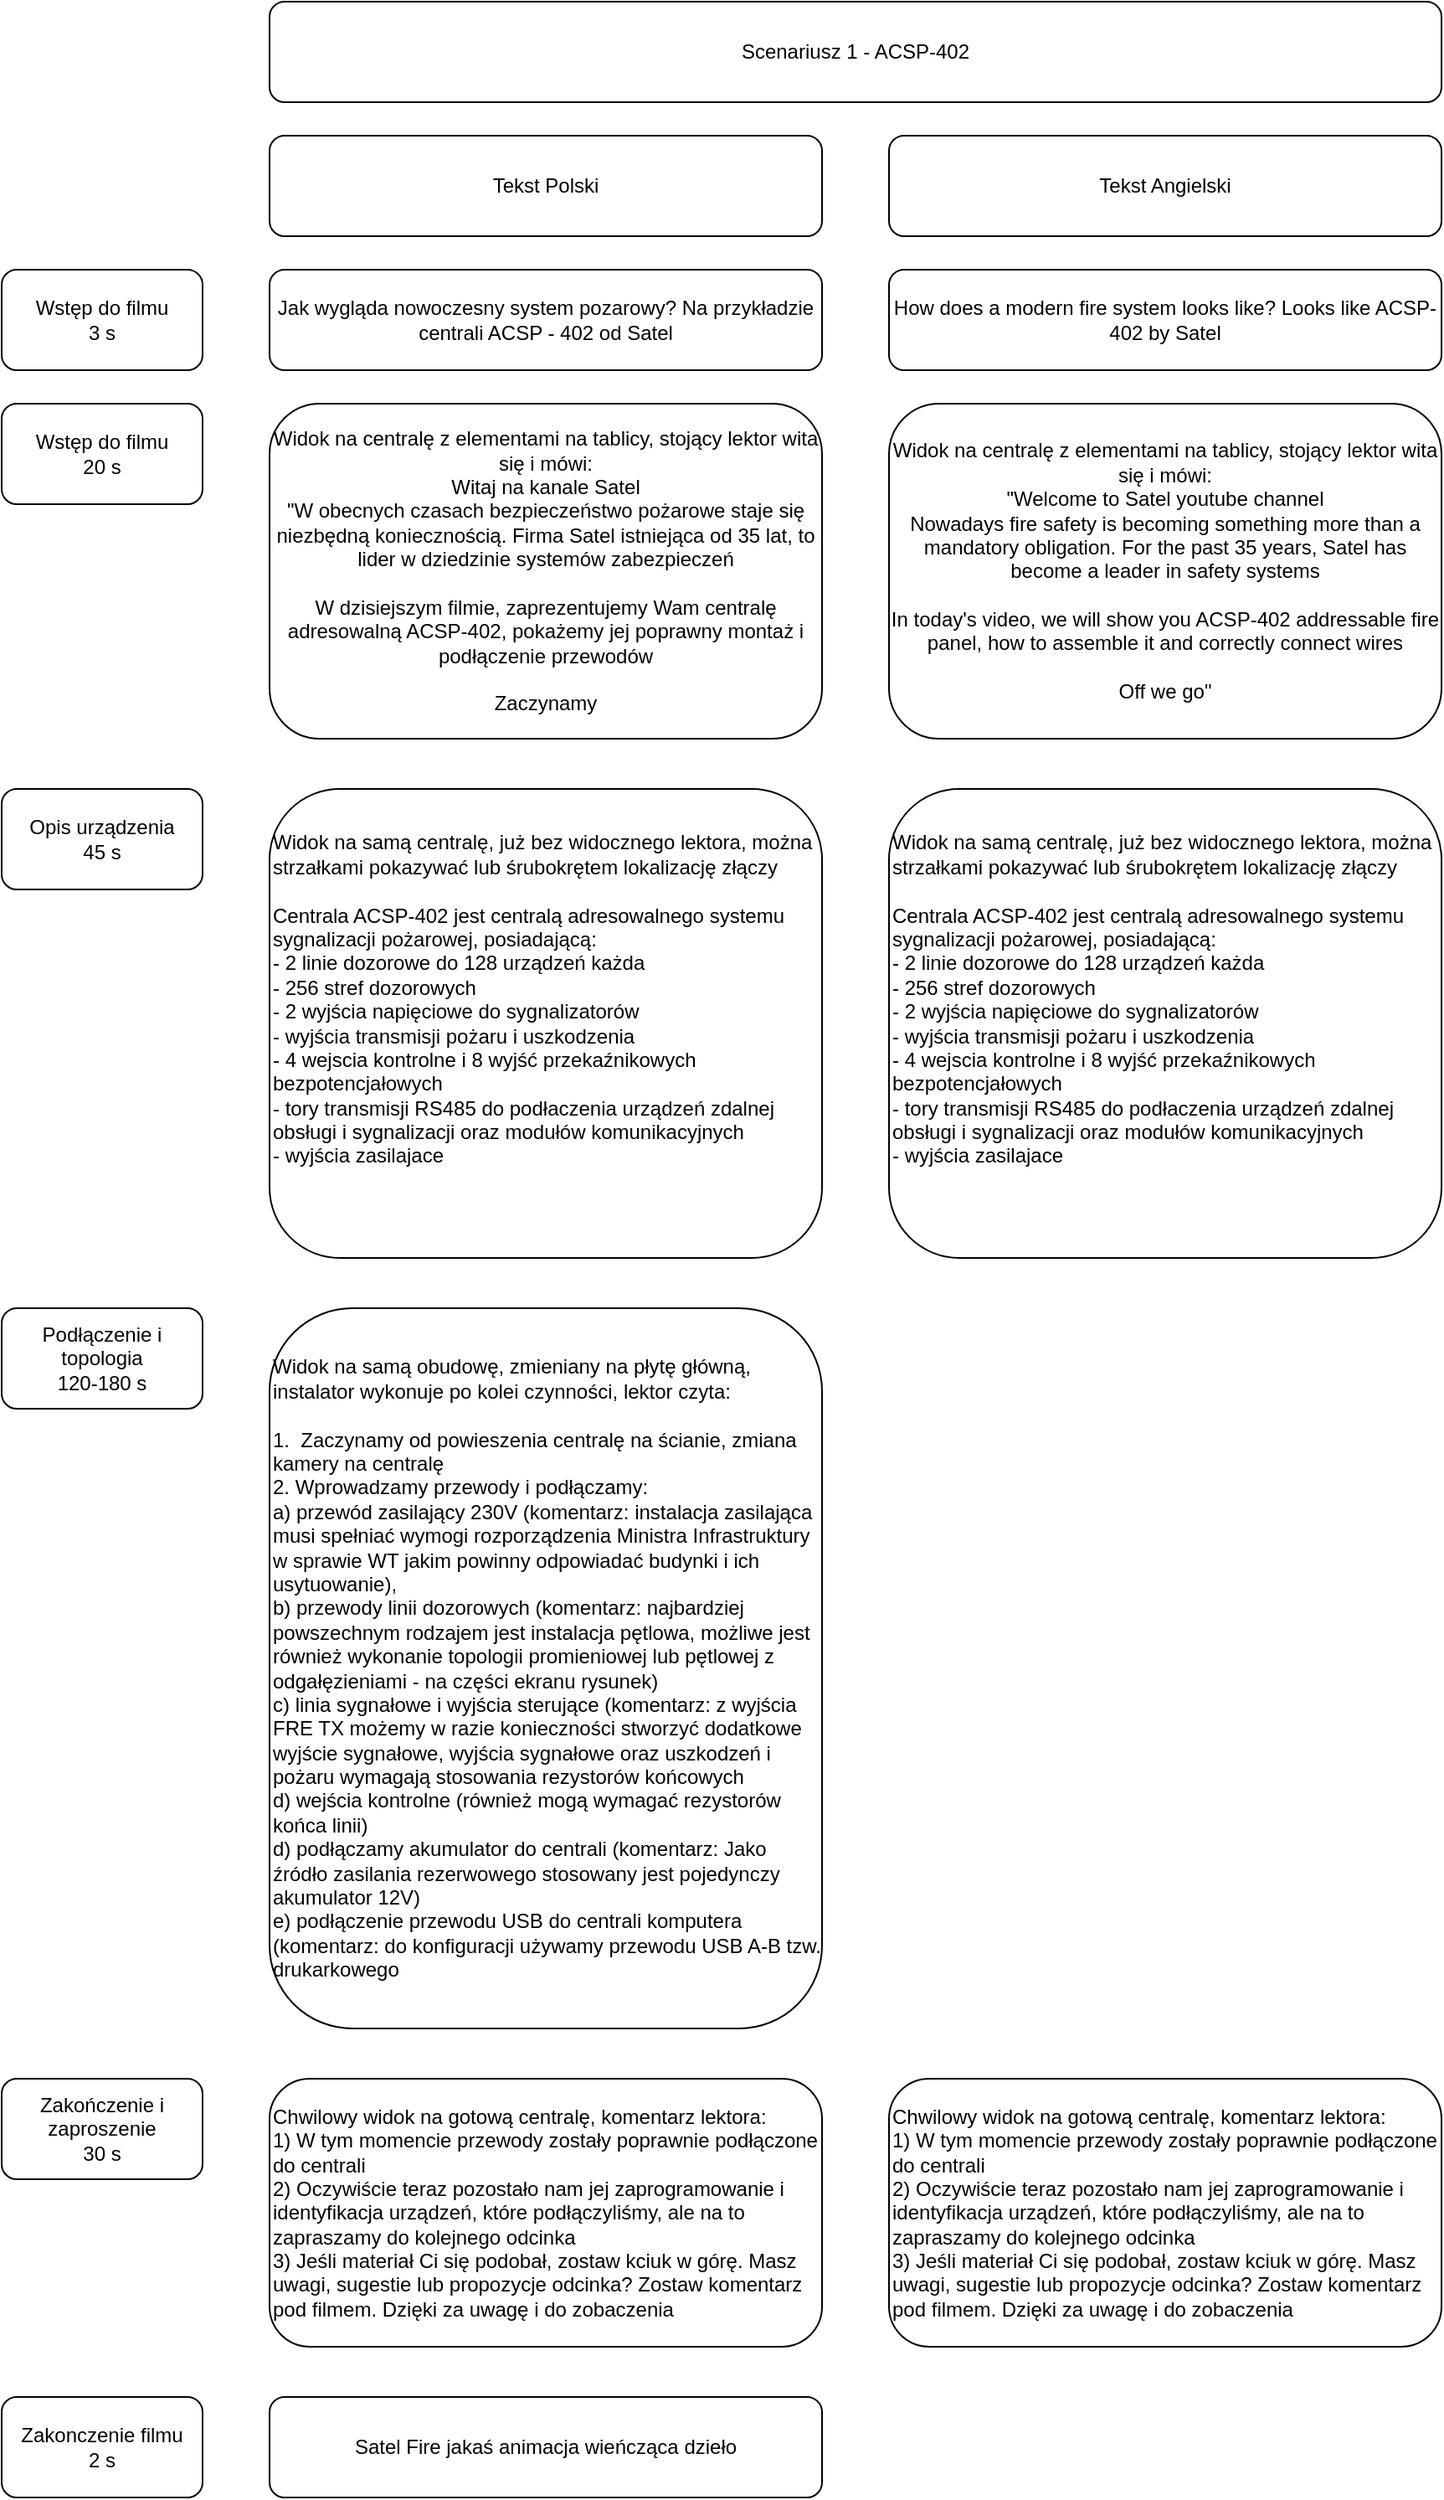
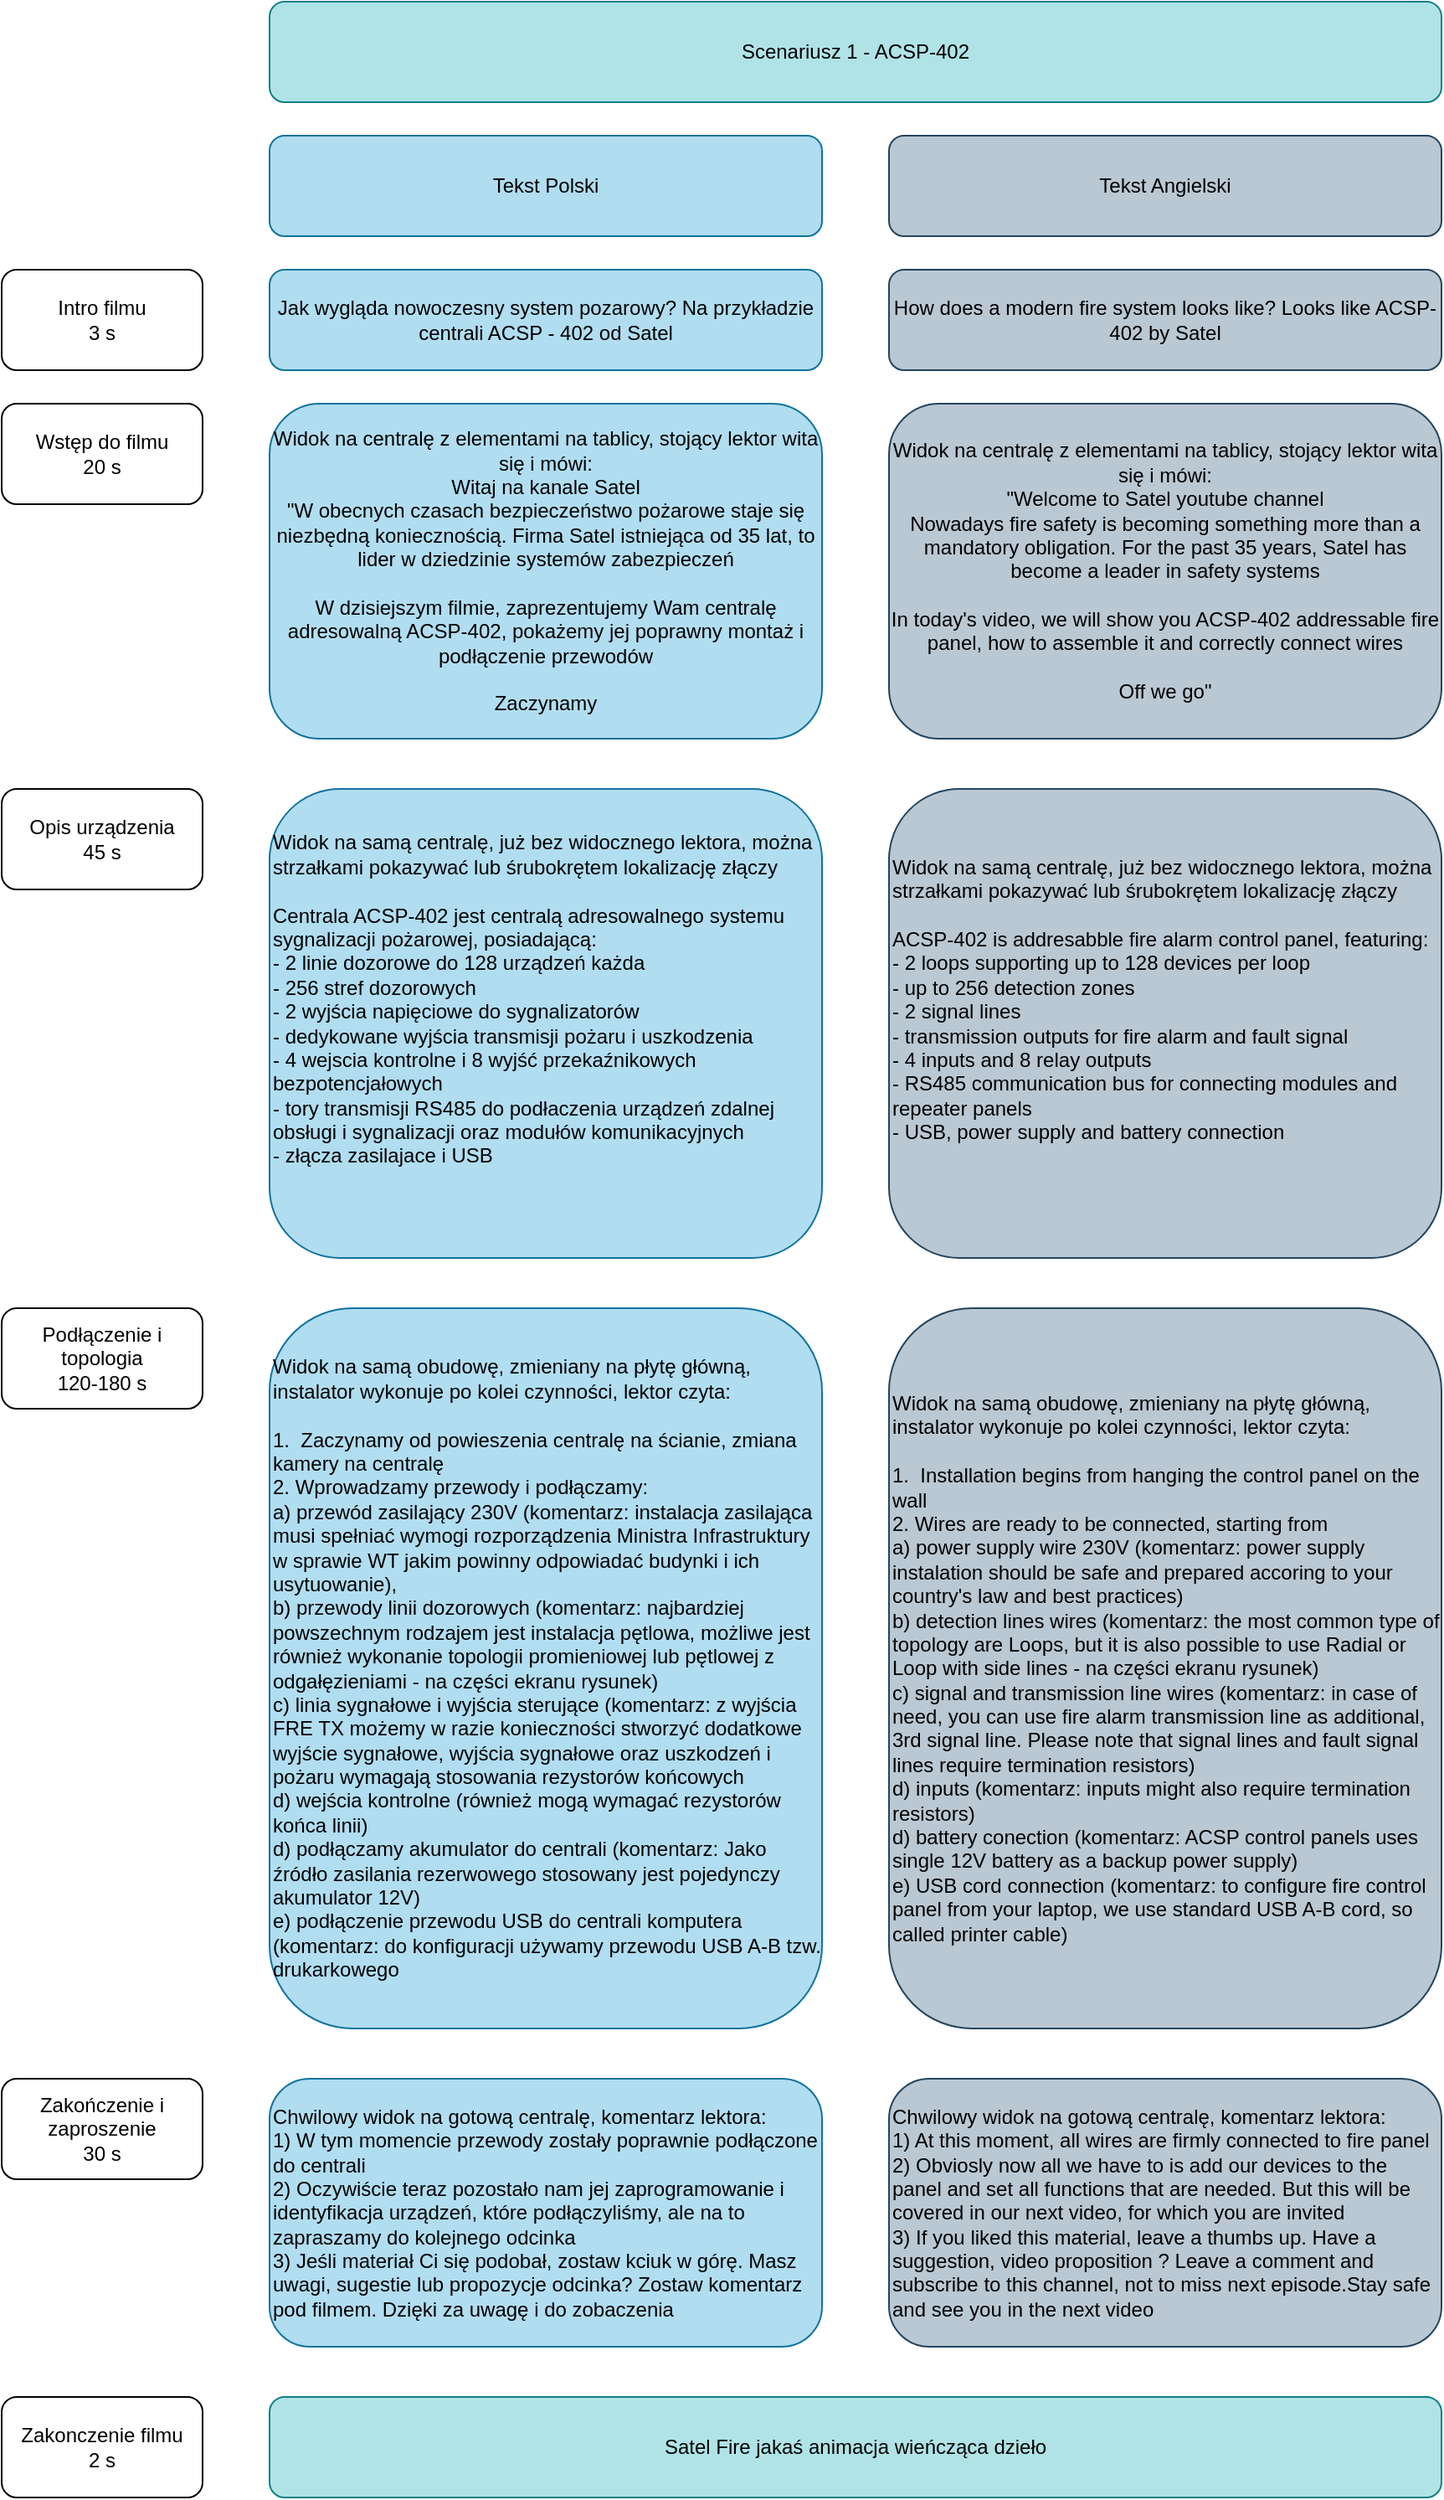
<mxfile host="app.diagrams.net">
  <diagram name="Strona-1" id="z8KAe0LmT8Zc7_pRFNcT">
-     <mxGraphModel dx="2728" dy="2671" grid="1" gridSize="10" guides="1" tooltips="1" connect="1" arrows="1" fold="1" page="1" pageScale="1" pageWidth="827" pageHeight="1169" math="0" shadow="0">
+     <mxGraphModel dx="1193" dy="2240" grid="1" gridSize="10" guides="1" tooltips="1" connect="1" arrows="1" fold="1" page="1" pageScale="1" pageWidth="827" pageHeight="1169" math="0" shadow="0">
      <root>
        <mxCell id="0" />
        <mxCell id="1" parent="0" />
-         <mxCell id="med_EEmqjfcC25fmS4AV-7" parent="1" style="rounded=1;whiteSpace=wrap;html=1;align=left;" value="&lt;div align=&quot;left&quot;&gt;Widok na samą obudowę, zmieniany na płytę główną, instalator wykonuje po kolei czynności, lektor czyta:&lt;/div&gt;&lt;div align=&quot;left&quot;&gt;&lt;br&gt;&lt;/div&gt;&lt;div align=&quot;left&quot;&gt;1.&amp;nbsp; Zaczynamy od powieszenia centralę na ścianie, zmiana kamery na centralę&lt;/div&gt;&lt;div align=&quot;left&quot;&gt;2. Wprowadzamy przewody i podłączamy:&amp;nbsp;&lt;/div&gt;&lt;div align=&quot;left&quot;&gt;a) przewód zasilający 230V (komentarz: instalacja zasilająca musi spełniać wymogi rozporządzenia Ministra Infrastruktury w sprawie WT jakim powinny odpowiadać budynki i ich usytuowanie),&amp;nbsp;&lt;/div&gt;&lt;div align=&quot;left&quot;&gt;b) przewody linii dozorowych (komentarz: najbardziej powszechnym rodzajem jest instalacja pętlowa, możliwe jest również wykonanie topologii promieniowej lub pętlowej z odgałęzieniami - na części ekranu rysunek)&lt;/div&gt;&lt;div align=&quot;left&quot;&gt;c) linia sygnałowe i wyjścia sterujące (komentarz: z wyjścia FRE TX możemy w razie konieczności stworzyć dodatkowe wyjście sygnałowe, wyjścia sygnałowe oraz uszkodzeń i pożaru wymagają stosowania rezystorów końcowych&lt;/div&gt;&lt;div align=&quot;left&quot;&gt;d) wejścia kontrolne (również mogą wymagać rezystorów końca linii)&lt;/div&gt;&lt;div align=&quot;left&quot;&gt;d) podłączamy akumulator do centrali (komentarz:&amp;nbsp;Jako źródło zasilania rezerwowego stosowany jest pojedynczy akumulator 12V)&lt;/div&gt;&lt;div align=&quot;left&quot;&gt;e) podłączenie przewodu USB do centrali komputera (komentarz: do konfiguracji używamy przewodu USB A-B tzw. drukarkowego&lt;/div&gt;" vertex="1">
-           <mxGeometry height="430" width="330" x="200" y="660" as="geometry" />
+         <mxCell id="0EHHFv7u1sgkDXgEne3z-1" parent="1" style="rounded=1;whiteSpace=wrap;html=1;align=left;fillColor=#b1ddf0;strokeColor=#10739e;" value="&lt;div align=&quot;left&quot;&gt;Widok na samą obudowę, zmieniany na płytę główną, instalator wykonuje po kolei czynności, lektor czyta:&lt;/div&gt;&lt;div align=&quot;left&quot;&gt;&lt;br&gt;&lt;/div&gt;&lt;div align=&quot;left&quot;&gt;1.&amp;nbsp; Zaczynamy od powieszenia centralę na ścianie, zmiana kamery na centralę&lt;/div&gt;&lt;div align=&quot;left&quot;&gt;2. Wprowadzamy przewody i podłączamy:&amp;nbsp;&lt;/div&gt;&lt;div align=&quot;left&quot;&gt;a) przewód zasilający 230V (komentarz: instalacja zasilająca musi spełniać wymogi rozporządzenia Ministra Infrastruktury w sprawie WT jakim powinny odpowiadać budynki i ich usytuowanie),&amp;nbsp;&lt;/div&gt;&lt;div align=&quot;left&quot;&gt;b) przewody linii dozorowych (komentarz: najbardziej powszechnym rodzajem jest instalacja pętlowa, możliwe jest również wykonanie topologii promieniowej lub pętlowej z odgałęzieniami - na części ekranu rysunek)&lt;/div&gt;&lt;div align=&quot;left&quot;&gt;c) linia sygnałowe i wyjścia sterujące (komentarz: z wyjścia FRE TX możemy w razie konieczności stworzyć dodatkowe wyjście sygnałowe, wyjścia sygnałowe oraz uszkodzeń i pożaru wymagają stosowania rezystorów końcowych&lt;/div&gt;&lt;div align=&quot;left&quot;&gt;d) wejścia kontrolne (również mogą wymagać rezystorów końca linii)&lt;/div&gt;&lt;div align=&quot;left&quot;&gt;d) podłączamy akumulator do centrali (komentarz:&amp;nbsp;Jako źródło zasilania rezerwowego stosowany jest pojedynczy akumulator 12V)&lt;/div&gt;&lt;div align=&quot;left&quot;&gt;e) podłączenie przewodu USB do centrali komputera (komentarz: do konfiguracji używamy przewodu USB A-B tzw. drukarkowego&lt;/div&gt;" vertex="1">
+           <mxGeometry height="430" width="330" x="1080" y="660" as="geometry" />
        </mxCell>
-         <mxCell id="med_EEmqjfcC25fmS4AV-1" parent="1" style="rounded=1;whiteSpace=wrap;html=1;" value="&lt;div&gt;Jak wygląda nowoczesny system pozarowy? Na przykładzie centrali ACSP - 402 od Satel&lt;/div&gt;" vertex="1">
-           <mxGeometry height="60" width="330" x="200" y="40" as="geometry" />
+         <mxCell id="0EHHFv7u1sgkDXgEne3z-2" parent="1" style="rounded=1;whiteSpace=wrap;html=1;fillColor=#b1ddf0;strokeColor=#10739e;" value="&lt;div&gt;Jak wygląda nowoczesny system pozarowy? Na przykładzie centrali ACSP - 402 od Satel&lt;/div&gt;" vertex="1">
+           <mxGeometry height="60" width="330" x="1080" y="40" as="geometry" />
        </mxCell>
-         <mxCell id="med_EEmqjfcC25fmS4AV-2" parent="1" style="rounded=1;whiteSpace=wrap;html=1;" value="&lt;div&gt;Wstęp do filmu&lt;/div&gt;&lt;div&gt;20 s&lt;/div&gt;" vertex="1">
-           <mxGeometry height="60" width="120" x="40" y="120" as="geometry" />
+         <mxCell id="0EHHFv7u1sgkDXgEne3z-3" parent="1" style="rounded=1;whiteSpace=wrap;html=1;" value="&lt;div&gt;Wstęp do filmu&lt;/div&gt;&lt;div&gt;20 s&lt;/div&gt;" vertex="1">
+           <mxGeometry height="60" width="120" x="920" y="120" as="geometry" />
        </mxCell>
-         <mxCell id="med_EEmqjfcC25fmS4AV-3" parent="1" style="rounded=1;whiteSpace=wrap;html=1;" value="&lt;div&gt;Widok na centralę z elementami na tablicy, stojący lektor wita się i mówi:&lt;/div&gt;&lt;div&gt;Witaj na kanale Satel&lt;/div&gt;&lt;div&gt;&quot;W obecnych czasach bezpieczeństwo pożarowe staje się niezbędną koniecznością. Firma Satel istniejąca od 35 lat, to lider w dziedzinie systemów zabezpieczeń&lt;/div&gt;&lt;div&gt;&lt;br&gt;&lt;/div&gt;&lt;div&gt;W dzisiejszym filmie, zaprezentujemy Wam centralę adresowalną ACSP-402, pokażemy jej poprawny montaż i podłączenie przewodów&lt;/div&gt;&lt;div&gt;&lt;br&gt;&lt;/div&gt;&lt;div&gt;Zaczynamy&lt;/div&gt;" vertex="1">
-           <mxGeometry height="200" width="330" x="200" y="120" as="geometry" />
+         <mxCell id="0EHHFv7u1sgkDXgEne3z-4" parent="1" style="rounded=1;whiteSpace=wrap;html=1;fillColor=#b1ddf0;strokeColor=#10739e;" value="&lt;div&gt;Widok na centralę z elementami na tablicy, stojący lektor wita się i mówi:&lt;/div&gt;&lt;div&gt;Witaj na kanale Satel&lt;/div&gt;&lt;div&gt;&quot;W obecnych czasach bezpieczeństwo pożarowe staje się niezbędną koniecznością. Firma Satel istniejąca od 35 lat, to lider w dziedzinie systemów zabezpieczeń&lt;/div&gt;&lt;div&gt;&lt;br&gt;&lt;/div&gt;&lt;div&gt;W dzisiejszym filmie, zaprezentujemy Wam centralę adresowalną ACSP-402, pokażemy jej poprawny montaż i podłączenie przewodów&lt;/div&gt;&lt;div&gt;&lt;br&gt;&lt;/div&gt;&lt;div&gt;Zaczynamy&lt;/div&gt;" vertex="1">
+           <mxGeometry height="200" width="330" x="1080" y="120" as="geometry" />
        </mxCell>
-         <mxCell id="med_EEmqjfcC25fmS4AV-4" parent="1" style="rounded=1;whiteSpace=wrap;html=1;" value="&lt;div&gt;Opis urządzenia&lt;/div&gt;&lt;div&gt;45 s&lt;/div&gt;" vertex="1">
-           <mxGeometry height="60" width="120" x="40" y="350" as="geometry" />
+         <mxCell id="0EHHFv7u1sgkDXgEne3z-5" parent="1" style="rounded=1;whiteSpace=wrap;html=1;" value="&lt;div&gt;Opis urządzenia&lt;/div&gt;&lt;div&gt;45 s&lt;/div&gt;" vertex="1">
+           <mxGeometry height="60" width="120" x="920" y="350" as="geometry" />
        </mxCell>
-         <mxCell id="med_EEmqjfcC25fmS4AV-5" parent="1" style="rounded=1;whiteSpace=wrap;html=1;align=left;" value="&lt;div align=&quot;left&quot;&gt;Widok na samą centralę, już bez widocznego lektora, można strzałkami pokazywać lub śrubokrętem lokalizację złączy&lt;/div&gt;&lt;div align=&quot;left&quot;&gt;&lt;br&gt;&lt;/div&gt;&lt;div align=&quot;left&quot;&gt;Centrala ACSP-402 jest centralą adresowalnego systemu sygnalizacji pożarowej, posiadającą:&lt;/div&gt;&lt;div align=&quot;left&quot;&gt;- 2 linie dozorowe do 128 urządzeń każda&lt;/div&gt;&lt;div align=&quot;left&quot;&gt;- 256 stref dozorowych&lt;/div&gt;&lt;div align=&quot;left&quot;&gt;- 2 wyjścia napięciowe do sygnalizatorów&lt;/div&gt;&lt;div align=&quot;left&quot;&gt;- wyjścia transmisji pożaru i uszkodzenia&lt;/div&gt;&lt;div align=&quot;left&quot;&gt;- 4 wejscia kontrolne i 8 wyjść przekaźnikowych bezpotencjałowych&lt;/div&gt;&lt;div align=&quot;left&quot;&gt;- tory transmisji RS485 do podłaczenia urządzeń zdalnej obsługi i sygnalizacji oraz modułów komunikacyjnych&amp;nbsp;&lt;/div&gt;&lt;div align=&quot;left&quot;&gt;- wyjścia zasilajace&lt;/div&gt;&lt;div align=&quot;left&quot;&gt;&lt;br&gt;&lt;/div&gt;&lt;div align=&quot;left&quot;&gt;&lt;br&gt;&lt;/div&gt;" vertex="1">
-           <mxGeometry height="280" width="330" x="200" y="350" as="geometry" />
+         <mxCell id="0EHHFv7u1sgkDXgEne3z-6" parent="1" style="rounded=1;whiteSpace=wrap;html=1;align=left;fillColor=#b1ddf0;strokeColor=#10739e;" value="&lt;div align=&quot;left&quot;&gt;Widok na samą centralę, już bez widocznego lektora, można strzałkami pokazywać lub śrubokrętem lokalizację złączy&lt;/div&gt;&lt;div align=&quot;left&quot;&gt;&lt;br&gt;&lt;/div&gt;&lt;div align=&quot;left&quot;&gt;Centrala ACSP-402 jest centralą adresowalnego systemu sygnalizacji pożarowej, posiadającą:&lt;/div&gt;&lt;div align=&quot;left&quot;&gt;- 2 linie dozorowe do 128 urządzeń każda&lt;/div&gt;&lt;div align=&quot;left&quot;&gt;- 256 stref dozorowych&lt;/div&gt;&lt;div align=&quot;left&quot;&gt;- 2 wyjścia napięciowe do sygnalizatorów&lt;/div&gt;&lt;div align=&quot;left&quot;&gt;- dedykowane wyjścia transmisji pożaru i uszkodzenia&lt;/div&gt;&lt;div align=&quot;left&quot;&gt;- 4 wejscia kontrolne i 8 wyjść przekaźnikowych bezpotencjałowych&lt;/div&gt;&lt;div align=&quot;left&quot;&gt;- tory transmisji RS485 do podłaczenia urządzeń zdalnej obsługi i sygnalizacji oraz modułów komunikacyjnych&amp;nbsp;&lt;/div&gt;&lt;div align=&quot;left&quot;&gt;- złącza zasilajace i USB&lt;/div&gt;&lt;div align=&quot;left&quot;&gt;&lt;br&gt;&lt;/div&gt;&lt;div align=&quot;left&quot;&gt;&lt;br&gt;&lt;/div&gt;" vertex="1">
+           <mxGeometry height="280" width="330" x="1080" y="350" as="geometry" />
        </mxCell>
-         <mxCell id="med_EEmqjfcC25fmS4AV-6" parent="1" style="rounded=1;whiteSpace=wrap;html=1;" value="&lt;div&gt;Podłączenie i topologia&lt;/div&gt;&lt;div&gt;120-180 s&lt;/div&gt;" vertex="1">
-           <mxGeometry height="60" width="120" x="40" y="660" as="geometry" />
+         <mxCell id="0EHHFv7u1sgkDXgEne3z-7" parent="1" style="rounded=1;whiteSpace=wrap;html=1;" value="&lt;div&gt;Podłączenie i topologia&lt;/div&gt;&lt;div&gt;120-180 s&lt;/div&gt;" vertex="1">
+           <mxGeometry height="60" width="120" x="920" y="660" as="geometry" />
        </mxCell>
-         <mxCell id="med_EEmqjfcC25fmS4AV-8" parent="1" style="rounded=1;whiteSpace=wrap;html=1;" value="&lt;div&gt;Wstęp do filmu&lt;/div&gt;&lt;div&gt;3 s&lt;/div&gt;" vertex="1">
-           <mxGeometry height="60" width="120" x="40" y="40" as="geometry" />
+         <mxCell id="0EHHFv7u1sgkDXgEne3z-8" parent="1" style="rounded=1;whiteSpace=wrap;html=1;" value="&lt;div&gt;Intro filmu&lt;/div&gt;&lt;div&gt;3 s&lt;/div&gt;" vertex="1">
+           <mxGeometry height="60" width="120" x="920" y="40" as="geometry" />
        </mxCell>
-         <mxCell id="med_EEmqjfcC25fmS4AV-9" parent="1" style="rounded=1;whiteSpace=wrap;html=1;" value="Tekst Polski" vertex="1">
-           <mxGeometry height="60" width="330" x="200" y="-40" as="geometry" />
+         <mxCell id="0EHHFv7u1sgkDXgEne3z-9" parent="1" style="rounded=1;whiteSpace=wrap;html=1;fillColor=#b1ddf0;strokeColor=#10739e;" value="Tekst Polski" vertex="1">
+           <mxGeometry height="60" width="330" x="1080" y="-40" as="geometry" />
        </mxCell>
-         <mxCell id="med_EEmqjfcC25fmS4AV-10" parent="1" style="rounded=1;whiteSpace=wrap;html=1;" value="Tekst Angielski" vertex="1">
-           <mxGeometry height="60" width="330" x="570" y="-40" as="geometry" />
+         <mxCell id="0EHHFv7u1sgkDXgEne3z-10" parent="1" style="rounded=1;whiteSpace=wrap;html=1;fillColor=#bac8d3;strokeColor=#23445d;" value="Tekst Angielski" vertex="1">
+           <mxGeometry height="60" width="330" x="1450" y="-40" as="geometry" />
        </mxCell>
-         <mxCell id="med_EEmqjfcC25fmS4AV-11" parent="1" style="rounded=1;whiteSpace=wrap;html=1;" value="Scenariusz 1 - ACSP-402" vertex="1">
-           <mxGeometry height="60" width="700" x="200" y="-120" as="geometry" />
+         <mxCell id="0EHHFv7u1sgkDXgEne3z-11" parent="1" style="rounded=1;whiteSpace=wrap;html=1;fillColor=#b0e3e6;strokeColor=#0e8088;" value="Scenariusz 1 - ACSP-402" vertex="1">
+           <mxGeometry height="60" width="700" x="1080" y="-120" as="geometry" />
        </mxCell>
-         <mxCell id="1wooXpAccp_JtR1wfDr6-1" parent="1" style="rounded=1;whiteSpace=wrap;html=1;" value="&lt;div&gt;Zakończenie i zaproszenie&lt;/div&gt;&lt;div&gt;30 s&lt;/div&gt;" vertex="1">
-           <mxGeometry height="60" width="120" x="40" y="1120" as="geometry" />
+         <mxCell id="0EHHFv7u1sgkDXgEne3z-12" parent="1" style="rounded=1;whiteSpace=wrap;html=1;" value="&lt;div&gt;Zakończenie i zaproszenie&lt;/div&gt;&lt;div&gt;30 s&lt;/div&gt;" vertex="1">
+           <mxGeometry height="60" width="120" x="920" y="1120" as="geometry" />
        </mxCell>
-         <mxCell id="1wooXpAccp_JtR1wfDr6-2" parent="1" style="rounded=1;whiteSpace=wrap;html=1;align=left;" value="&lt;div&gt;Chwilowy widok na gotową centralę, komentarz lektora:&lt;/div&gt;&lt;div&gt;1) W tym momencie przewody zostały poprawnie podłączone do centrali&lt;/div&gt;&lt;div&gt;2) Oczywiście teraz pozostało nam jej zaprogramowanie i identyfikacja urządzeń, które podłączyliśmy, ale na to zapraszamy do kolejnego odcinka&lt;/div&gt;&lt;div&gt;3) Jeśli materiał Ci się podobał, zostaw kciuk w górę. Masz uwagi, sugestie lub propozycje odcinka? Zostaw komentarz pod filmem. Dzięki za uwagę i do zobaczenia&lt;/div&gt;" vertex="1">
-           <mxGeometry height="160" width="330" x="200" y="1120" as="geometry" />
+         <mxCell id="0EHHFv7u1sgkDXgEne3z-13" parent="1" style="rounded=1;whiteSpace=wrap;html=1;align=left;fillColor=#b1ddf0;strokeColor=#10739e;" value="&lt;div&gt;Chwilowy widok na gotową centralę, komentarz lektora:&lt;/div&gt;&lt;div&gt;1) W tym momencie przewody zostały poprawnie podłączone do centrali&lt;/div&gt;&lt;div&gt;2) Oczywiście teraz pozostało nam jej zaprogramowanie i identyfikacja urządzeń, które podłączyliśmy, ale na to zapraszamy do kolejnego odcinka&lt;/div&gt;&lt;div&gt;3) Jeśli materiał Ci się podobał, zostaw kciuk w górę. Masz uwagi, sugestie lub propozycje odcinka? Zostaw komentarz pod filmem. Dzięki za uwagę i do zobaczenia&lt;/div&gt;" vertex="1">
+           <mxGeometry height="160" width="330" x="1080" y="1120" as="geometry" />
        </mxCell>
-         <mxCell id="1wooXpAccp_JtR1wfDr6-3" parent="1" style="rounded=1;whiteSpace=wrap;html=1;" value="Satel Fire jakaś animacja wieńcząca dzieło" vertex="1">
-           <mxGeometry height="60" width="330" x="200" y="1310" as="geometry" />
+         <mxCell id="0EHHFv7u1sgkDXgEne3z-14" parent="1" style="rounded=1;whiteSpace=wrap;html=1;fillColor=#b0e3e6;strokeColor=#0e8088;" value="Satel Fire jakaś animacja wieńcząca dzieło" vertex="1">
+           <mxGeometry height="60" width="700" x="1080" y="1310" as="geometry" />
        </mxCell>
-         <mxCell id="1wooXpAccp_JtR1wfDr6-4" parent="1" style="rounded=1;whiteSpace=wrap;html=1;" value="&lt;div&gt;Zakonczenie filmu&lt;/div&gt;&lt;div&gt;2 s&lt;/div&gt;" vertex="1">
-           <mxGeometry height="60" width="120" x="40" y="1310" as="geometry" />
+         <mxCell id="0EHHFv7u1sgkDXgEne3z-15" parent="1" style="rounded=1;whiteSpace=wrap;html=1;" value="&lt;div&gt;Zakonczenie filmu&lt;/div&gt;&lt;div&gt;2 s&lt;/div&gt;" vertex="1">
+           <mxGeometry height="60" width="120" x="920" y="1310" as="geometry" />
        </mxCell>
-         <mxCell id="1wooXpAccp_JtR1wfDr6-5" parent="1" style="rounded=1;whiteSpace=wrap;html=1;align=left;" value="&lt;div&gt;Chwilowy widok na gotową centralę, komentarz lektora:&lt;/div&gt;&lt;div&gt;1) W tym momencie przewody zostały poprawnie podłączone do centrali&lt;/div&gt;&lt;div&gt;2) Oczywiście teraz pozostało nam jej zaprogramowanie i identyfikacja urządzeń, które podłączyliśmy, ale na to zapraszamy do kolejnego odcinka&lt;/div&gt;&lt;div&gt;3) Jeśli materiał Ci się podobał, zostaw kciuk w górę. Masz uwagi, sugestie lub propozycje odcinka? Zostaw komentarz pod filmem. Dzięki za uwagę i do zobaczenia&lt;/div&gt;" vertex="1">
-           <mxGeometry height="160" width="330" x="570" y="1120" as="geometry" />
+         <mxCell id="0EHHFv7u1sgkDXgEne3z-16" parent="1" style="rounded=1;whiteSpace=wrap;html=1;align=left;fillColor=#bac8d3;strokeColor=#23445d;" value="&lt;div&gt;Chwilowy widok na gotową centralę, komentarz lektora:&lt;/div&gt;&lt;div&gt;1) At this moment, all wires are firmly connected to fire panel&lt;/div&gt;&lt;div&gt;2) Obviosly now all we have to is add our devices to the panel and set all functions that are needed. But this will be covered in our next video, for which you are invited&amp;nbsp;&lt;/div&gt;&lt;div&gt;3) If you liked this material, leave a thumbs up. Have a suggestion, video proposition ? Leave a comment and subscribe to this channel, not to miss next episode.Stay safe and see you in the next video&lt;/div&gt;" vertex="1">
+           <mxGeometry height="160" width="330" x="1450" y="1120" as="geometry" />
        </mxCell>
-         <mxCell id="1wooXpAccp_JtR1wfDr6-6" parent="1" style="rounded=1;whiteSpace=wrap;html=1;" value="How does a modern fire system looks like? Looks like ACSP-402 by Satel" vertex="1">
-           <mxGeometry height="60" width="330" x="570" y="40" as="geometry" />
+         <mxCell id="0EHHFv7u1sgkDXgEne3z-17" parent="1" style="rounded=1;whiteSpace=wrap;html=1;fillColor=#bac8d3;strokeColor=#23445d;" value="How does a modern fire system looks like? Looks like ACSP-402 by Satel" vertex="1">
+           <mxGeometry height="60" width="330" x="1450" y="40" as="geometry" />
        </mxCell>
-         <mxCell id="1wooXpAccp_JtR1wfDr6-7" parent="1" style="rounded=1;whiteSpace=wrap;html=1;" value="&lt;div&gt;Widok na centralę z elementami na tablicy, stojący lektor wita się i mówi:&lt;/div&gt;&lt;div&gt;&quot;Welcome to Satel youtube channel&lt;/div&gt;&lt;div&gt;Nowadays fire safety is becoming something more than a mandatory obligation. For the past 35 years, Satel has become a leader in safety systems&lt;/div&gt;&lt;div&gt;&lt;br&gt;&lt;/div&gt;&lt;div&gt;In today&#39;s video, we will show you ACSP-402 addressable fire panel, how to assemble it and correctly connect wires&lt;/div&gt;&lt;div&gt;&lt;br&gt;&lt;/div&gt;&lt;div&gt;Off we go&quot;&lt;/div&gt;" vertex="1">
-           <mxGeometry height="200" width="330" x="570" y="120" as="geometry" />
+         <mxCell id="0EHHFv7u1sgkDXgEne3z-18" parent="1" style="rounded=1;whiteSpace=wrap;html=1;fillColor=#bac8d3;strokeColor=#23445d;" value="&lt;div&gt;Widok na centralę z elementami na tablicy, stojący lektor wita się i mówi:&lt;/div&gt;&lt;div&gt;&quot;Welcome to Satel youtube channel&lt;/div&gt;&lt;div&gt;Nowadays fire safety is becoming something more than a mandatory obligation. For the past 35 years, Satel has become a leader in safety systems&lt;/div&gt;&lt;div&gt;&lt;br&gt;&lt;/div&gt;&lt;div&gt;In today&#39;s video, we will show you ACSP-402 addressable fire panel, how to assemble it and correctly connect wires&lt;/div&gt;&lt;div&gt;&lt;br&gt;&lt;/div&gt;&lt;div&gt;Off we go&quot;&lt;/div&gt;" vertex="1">
+           <mxGeometry height="200" width="330" x="1450" y="120" as="geometry" />
        </mxCell>
-         <mxCell id="1wooXpAccp_JtR1wfDr6-8" parent="1" style="rounded=1;whiteSpace=wrap;html=1;align=left;" value="&lt;div align=&quot;left&quot;&gt;Widok na samą centralę, już bez widocznego lektora, można strzałkami pokazywać lub śrubokrętem lokalizację złączy&lt;/div&gt;&lt;div align=&quot;left&quot;&gt;&lt;br&gt;&lt;/div&gt;&lt;div align=&quot;left&quot;&gt;Centrala ACSP-402 jest centralą adresowalnego systemu sygnalizacji pożarowej, posiadającą:&lt;/div&gt;&lt;div align=&quot;left&quot;&gt;- 2 linie dozorowe do 128 urządzeń każda&lt;/div&gt;&lt;div align=&quot;left&quot;&gt;- 256 stref dozorowych&lt;/div&gt;&lt;div align=&quot;left&quot;&gt;- 2 wyjścia napięciowe do sygnalizatorów&lt;/div&gt;&lt;div align=&quot;left&quot;&gt;- wyjścia transmisji pożaru i uszkodzenia&lt;/div&gt;&lt;div align=&quot;left&quot;&gt;- 4 wejscia kontrolne i 8 wyjść przekaźnikowych bezpotencjałowych&lt;/div&gt;&lt;div align=&quot;left&quot;&gt;- tory transmisji RS485 do podłaczenia urządzeń zdalnej obsługi i sygnalizacji oraz modułów komunikacyjnych&amp;nbsp;&lt;/div&gt;&lt;div align=&quot;left&quot;&gt;- wyjścia zasilajace&lt;/div&gt;&lt;div align=&quot;left&quot;&gt;&lt;br&gt;&lt;/div&gt;&lt;div align=&quot;left&quot;&gt;&lt;br&gt;&lt;/div&gt;" vertex="1">
-           <mxGeometry height="280" width="330" x="570" y="350" as="geometry" />
+         <mxCell id="0EHHFv7u1sgkDXgEne3z-19" parent="1" style="rounded=1;whiteSpace=wrap;html=1;align=left;fillColor=#bac8d3;strokeColor=#23445d;" value="&lt;div align=&quot;left&quot;&gt;Widok na samą centralę, już bez widocznego lektora, można strzałkami pokazywać lub śrubokrętem lokalizację złączy&lt;/div&gt;&lt;div align=&quot;left&quot;&gt;&lt;br&gt;&lt;/div&gt;&lt;div align=&quot;left&quot;&gt;ACSP-402&amp;nbsp;is addresabble fire alarm control panel, featuring:&lt;/div&gt;&lt;div align=&quot;left&quot;&gt;- 2 loops supporting up to 128 devices per loop&lt;/div&gt;&lt;div align=&quot;left&quot;&gt;- up to 256 detection zones&lt;/div&gt;&lt;div align=&quot;left&quot;&gt;- 2 signal lines&lt;/div&gt;&lt;div align=&quot;left&quot;&gt;- transmission outputs for fire alarm and fault signal&lt;/div&gt;&lt;div align=&quot;left&quot;&gt;- 4 inputs and 8 relay outputs&lt;/div&gt;&lt;div align=&quot;left&quot;&gt;- RS485 communication bus for connecting modules and repeater panels&amp;nbsp;&lt;/div&gt;&lt;div align=&quot;left&quot;&gt;- USB, power supply and battery connection&lt;/div&gt;&lt;div align=&quot;left&quot;&gt;&lt;br&gt;&lt;/div&gt;&lt;div align=&quot;left&quot;&gt;&lt;br&gt;&lt;/div&gt;" vertex="1">
+           <mxGeometry height="280" width="330" x="1450" y="350" as="geometry" />
+         </mxCell>
+         <mxCell id="0EHHFv7u1sgkDXgEne3z-20" parent="1" style="rounded=1;whiteSpace=wrap;html=1;align=left;fillColor=#bac8d3;strokeColor=#23445d;" value="&lt;div align=&quot;left&quot;&gt;Widok na samą obudowę, zmieniany na płytę główną, instalator wykonuje po kolei czynności, lektor czyta:&lt;/div&gt;&lt;div align=&quot;left&quot;&gt;&lt;br&gt;&lt;/div&gt;&lt;div align=&quot;left&quot;&gt;1.&amp;nbsp; Installation begins from hanging the control panel on the wall&lt;/div&gt;&lt;div align=&quot;left&quot;&gt;2. Wires are ready to be connected, starting from&lt;/div&gt;&lt;div align=&quot;left&quot;&gt;a) power supply wire 230V (komentarz: power supply instalation should be safe and prepared accoring to your country&#39;s law and best practices)&lt;/div&gt;&lt;div align=&quot;left&quot;&gt;b) detection lines wires (komentarz: the most common type of topology are Loops, but it is also possible to use Radial or Loop with side lines - na części ekranu rysunek)&lt;/div&gt;&lt;div align=&quot;left&quot;&gt;c) signal and transmission line wires (komentarz: in case of need, you can use fire alarm transmission line as additional, 3rd signal line. Please note that signal lines and fault signal lines require termination resistors)&lt;/div&gt;&lt;div align=&quot;left&quot;&gt;d) inputs (komentarz: inputs might also require termination resistors)&lt;/div&gt;&lt;div align=&quot;left&quot;&gt;d) battery conection (komentarz: ACSP control panels uses single 12V battery as a backup power supply)&lt;/div&gt;&lt;div align=&quot;left&quot;&gt;e) USB cord connection (komentarz: to configure fire control panel from your laptop, we use standard USB A-B cord, so called printer cable)&lt;/div&gt;" vertex="1">
+           <mxGeometry height="430" width="330" x="1450" y="660" as="geometry" />
        </mxCell>
      </root>
    </mxGraphModel>
  </diagram>
</mxfile>
